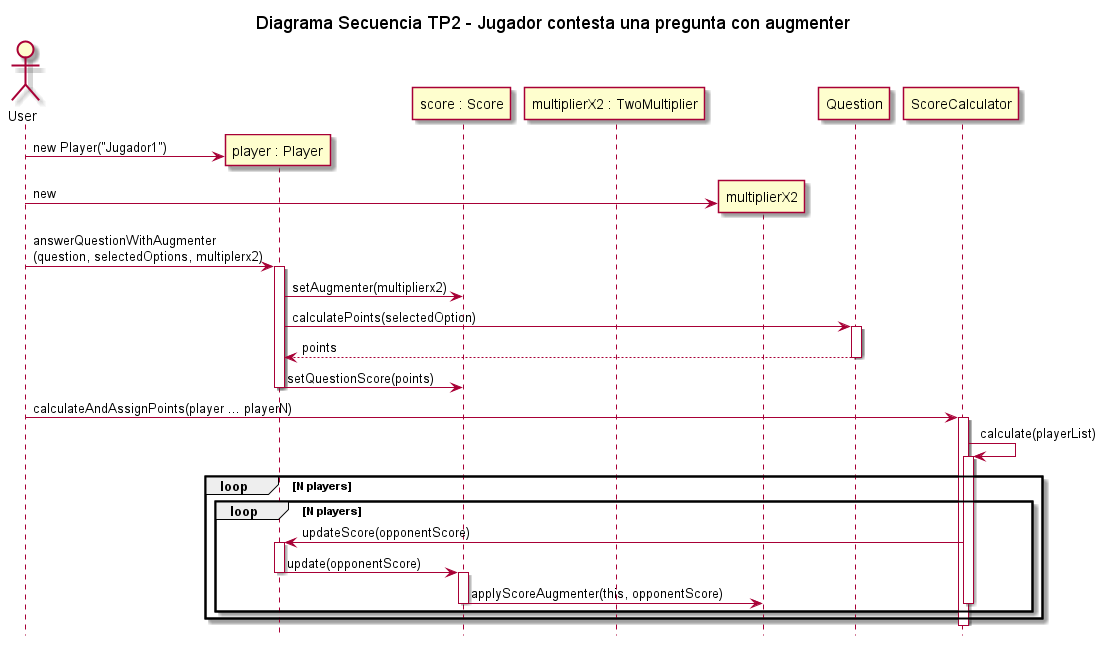
Above: docs/out/DiagramaSecuencia-ConestarPreguntaconAugmenter/Diagrama Secuencia TP2 - Jugador contesta una pregunta con augmenter.png in diegosanchez/TP2-Kahoot (PlantUML), before the change.
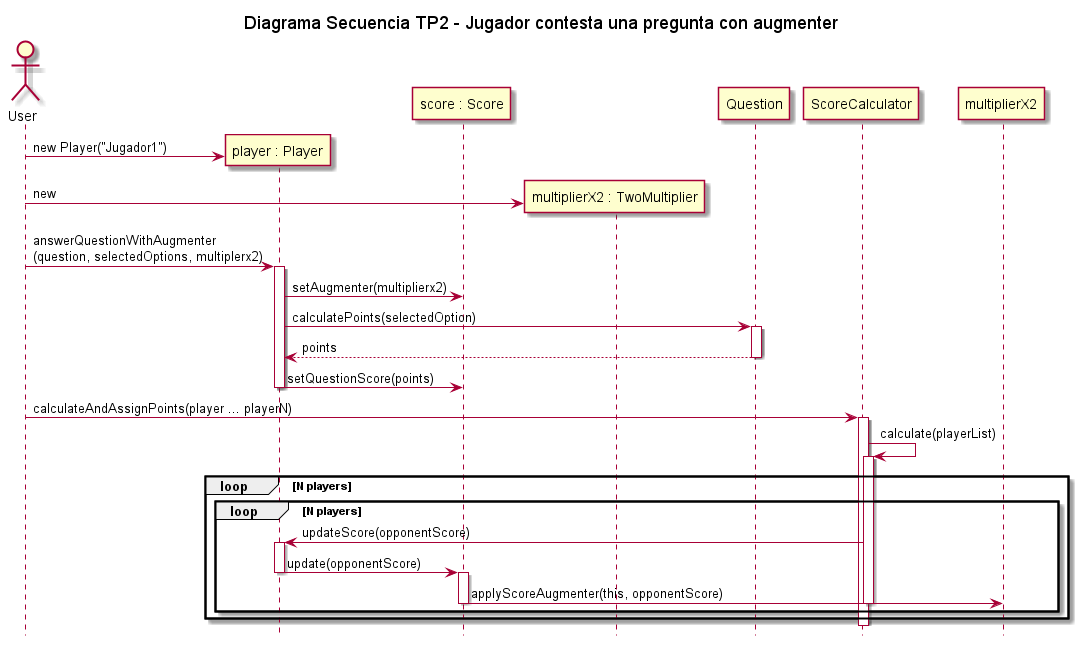
Above is the later version.

Change to the diagram source:
```diff
@@ -9,7 +9,7 @@
 participant "multiplierX2 : TwoMultiplier" as multiplierx2
 
 User -> player ** : new Player("Jugador1")
-User -> multiplierX2** : new
+User -> multiplierx2 ** : new
 User -> player : answerQuestionWithAugmenter\n(question, selectedOptions, multiplerx2)
 activate player
 
```
